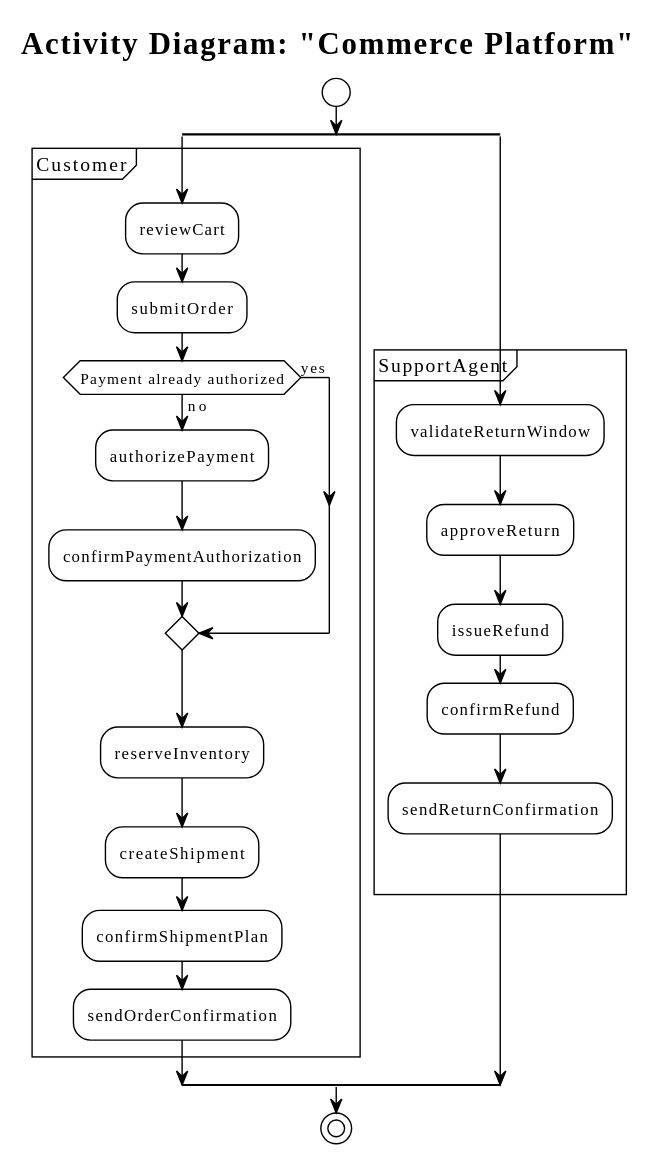
Above: examples/commerce-platform/generated/activity/CommercePlatform.activity.svg in fredoslav2004/modt-core (PlantUML), before the change.
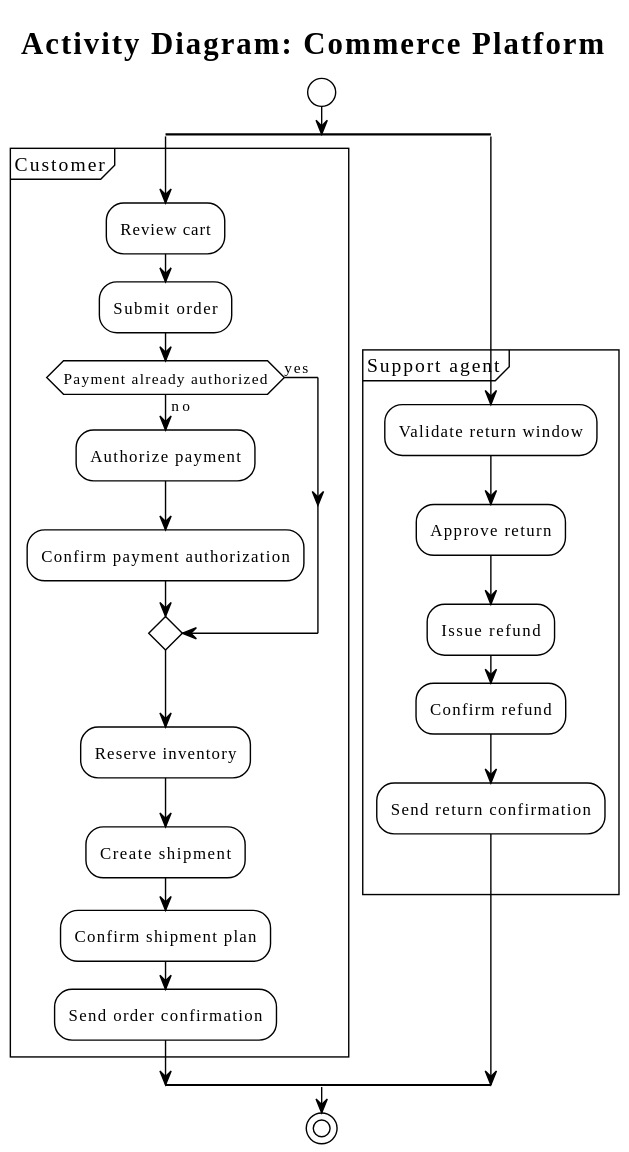
Later version of the same file.

The edit, as a diff of the source:
```diff
@@ -1,32 +1,32 @@
 @startuml
 skinparam MessageAlign center
-title Activity Diagram: "Commerce Platform"
+title Activity Diagram: Commerce Platform
 !theme plain
 skinparam classAttributeIconSize 0
 start
 split
 partition "Customer" {
-    :reviewCart;
-    :submitOrder;
+    :Review cart;
+    :Submit order;
     if (Payment already authorized) then (yes)
     else (no)
-      :authorizePayment;
-      :confirmPaymentAuthorization;
+      :Authorize payment;
+      :Confirm payment authorization;
     endif
     label Checkout_inventoryReservation
-    :reserveInventory;
-    :createShipment;
-    :confirmShipmentPlan;
-    :sendOrderConfirmation;
+    :Reserve inventory;
+    :Create shipment;
+    :Confirm shipment plan;
+    :Send order confirmation;
     label Checkout_end
 }
 split again
-partition "SupportAgent" {
-    :validateReturnWindow;
-    :approveReturn;
-    :issueRefund;
-    :confirmRefund;
-    :sendReturnConfirmation;
+partition "Support agent" {
+    :Validate return window;
+    :Approve return;
+    :Issue refund;
+    :Confirm refund;
+    :Send return confirmation;
     label HandleReturn_end
 }
 endsplit
```
